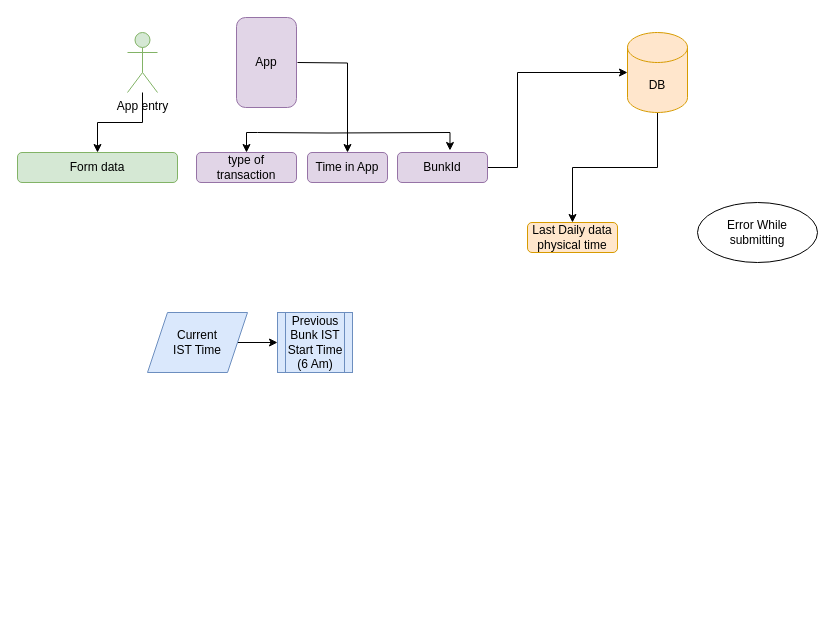
Earlier version of the draw.io diagram Creditor_Transactions.drawio (LakshEternl/GazoLogicMap). Source tidied: cells renumbered, new cells numbered last; positions are measured from the earlier drawing's top-left corner, leaving out a move shared by most shapes. Both pictures are drawn from the tidied source at 100%, with x=0, y=0 at pixel (17, 17).
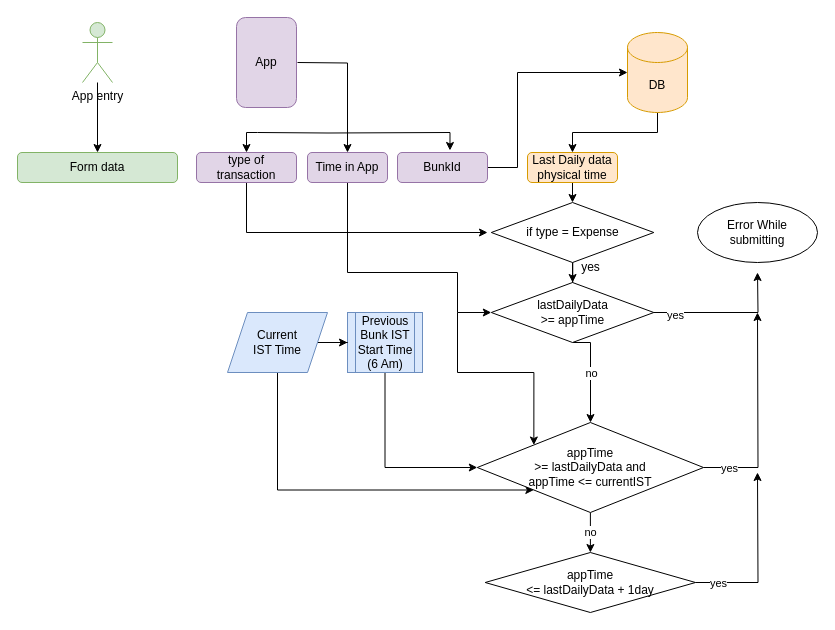
The same diagram, later.

The change refers to these unchanged cells:
```xml
<mxCell id="2" value="type of transaction" style="rounded=1;whiteSpace=wrap;html=1;fillColor=#e1d5e7;strokeColor=#9673a6;" parent="1" vertex="1">
  <mxGeometry x="179" y="135" width="100" height="30" as="geometry" />
</mxCell>
<mxCell id="3" value="Time in App" style="rounded=1;whiteSpace=wrap;html=1;fillColor=#e1d5e7;strokeColor=#9673a6;" parent="1" vertex="1">
  <mxGeometry x="290" y="135" width="80" height="30" as="geometry" />
</mxCell>
```

Change to the diagram source:
```diff
@@
+    <mxCell id="20" style="edgeStyle=orthogonalEdgeStyle;rounded=0;jettySize=auto;html=1;" parent="1" edge="1" source="2">
+      <mxGeometry relative="1" as="geometry">
+        <mxPoint x="470" y="215" as="targetPoint" />
+        <Array as="points">
+          <mxPoint x="229" y="215" />
+        </Array>
+      </mxGeometry>
+    </mxCell>
@@
+    <mxCell id="21" style="edgeStyle=orthogonalEdgeStyle;rounded=0;jettySize=auto;html=1;entryX=0;entryY=0.5;entryDx=0;entryDy=0;" parent="1" edge="1" source="3" target="29">
+      <mxGeometry relative="1" as="geometry">
+        <Array as="points">
+          <mxPoint x="330" y="255" />
+          <mxPoint x="440" y="255" />
+          <mxPoint x="440" y="295" />
+        </Array>
+      </mxGeometry>
+    </mxCell>
@@
+    <mxCell id="22" style="edgeStyle=orthogonalEdgeStyle;rounded=0;jettySize=auto;html=1;exitX=0.5;exitY=1;exitDx=0;exitDy=0;entryX=0;entryY=0.5;entryDx=0;entryDy=0;" parent="1" edge="1" source="6" target="34">
+      <mxGeometry relative="1" as="geometry" />
+    </mxCell>
     <mxCell id="6" value="&lt;div&gt;Previous Bunk IST &lt;br&gt;&lt;/div&gt;&lt;div&gt;Start Time &lt;/div&gt;(6 Am)" style="shape=process;whiteSpace=wrap;html=1;backgroundOutline=1;fillColor=#dae8fc;strokeColor=#6c8ebf;" parent="1" vertex="1">
-      <mxGeometry x="260" y="295" width="75" height="60" as="geometry" />
+      <mxGeometry x="330" y="295" width="75" height="60" as="geometry" />
     </mxCell>
@@
     <mxCell id="13" value="App entry" style="shape=umlActor;verticalLabelPosition=bottom;verticalAlign=top;html=1;outlineConnect=0;fillColor=#d5e8d4;strokeColor=#82b366;" parent="1" vertex="1">
-      <mxGeometry x="110" y="15" width="30" height="60" as="geometry" />
+      <mxGeometry x="65" y="5" width="30" height="60" as="geometry" />
     </mxCell>
+    <mxCell id="23" style="edgeStyle=orthogonalEdgeStyle;rounded=0;jettySize=auto;html=1;" parent="1" edge="1" source="14" target="36">
+      <mxGeometry relative="1" as="geometry" />
+    </mxCell>
     <mxCell id="14" value="Last Daily data physical time" style="rounded=1;whiteSpace=wrap;html=1;fillColor=#ffe6cc;strokeColor=#d79b00;" parent="1" vertex="1">
-      <mxGeometry x="510" y="205" width="90" height="30" as="geometry" />
+      <mxGeometry x="510" y="135" width="90" height="30" as="geometry" />
     </mxCell>
@@
+    <mxCell id="24" style="edgeStyle=orthogonalEdgeStyle;rounded=0;jettySize=auto;html=1;exitX=0.5;exitY=1;exitDx=0;exitDy=0;entryX=0;entryY=1;entryDx=0;entryDy=0;" parent="1" edge="1" source="19" target="34">
+      <mxGeometry relative="1" as="geometry">
+        <Array as="points">
+          <mxPoint x="260" y="473" />
+        </Array>
+      </mxGeometry>
+    </mxCell>
     <mxCell id="19" value="Current &lt;br&gt;IST Time" style="shape=parallelogram;perimeter=parallelogramPerimeter;whiteSpace=wrap;html=1;fixedSize=1;fillColor=#dae8fc;strokeColor=#6c8ebf;" parent="1" vertex="1">
-      <mxGeometry x="130" y="295" width="100" height="60" as="geometry" />
+      <mxGeometry x="210" y="295" width="100" height="60" as="geometry" />
     </mxCell>
+    <mxCell id="25" style="edgeStyle=orthogonalEdgeStyle;rounded=0;jettySize=auto;html=1;" parent="1" edge="1" source="29">
+      <mxGeometry relative="1" as="geometry">
+        <mxPoint x="740" y="255" as="targetPoint" />
+      </mxGeometry>
+    </mxCell>
+    <mxCell id="26" value="yes" style="edgeLabel;html=1;align=center;verticalAlign=middle;" parent="25" vertex="1">
+      <mxGeometry x="-0.72" y="-2" relative="1" as="geometry">
+        <mxPoint x="1" as="offset" />
+      </mxGeometry>
+    </mxCell>
+    <mxCell id="27" style="edgeStyle=orthogonalEdgeStyle;rounded=0;jettySize=auto;html=1;exitX=0.5;exitY=1;exitDx=0;exitDy=0;" parent="1" edge="1" source="29" target="34">
+      <mxGeometry relative="1" as="geometry">
+        <Array as="points">
+          <mxPoint x="573" y="325" />
+        </Array>
+      </mxGeometry>
+    </mxCell>
+    <mxCell id="28" value="no" style="edgeLabel;html=1;align=center;verticalAlign=middle;" parent="27" vertex="1">
+      <mxGeometry x="-0.37" relative="1" as="geometry">
+        <mxPoint y="17" as="offset" />
+      </mxGeometry>
+    </mxCell>
+    <mxCell id="29" value="lastDailyData &lt;br&gt;&amp;gt;= appTime" style="rhombus;whiteSpace=wrap;html=1;" parent="1" vertex="1">
+      <mxGeometry x="473.8" y="265" width="162.5" height="60" as="geometry" />
+    </mxCell>
+    <mxCell id="30" style="edgeStyle=orthogonalEdgeStyle;rounded=0;jettySize=auto;html=1;exitX=0;exitY=0;exitDx=0;exitDy=0;entryX=0;entryY=0;entryDx=0;entryDy=0;" parent="1" edge="1" target="34">
+      <mxGeometry relative="1" as="geometry">
+        <mxPoint x="440" y="295" as="sourcePoint" />
+        <Array as="points">
+          <mxPoint x="440" y="355" />
+          <mxPoint x="516" y="355" />
+        </Array>
+      </mxGeometry>
+    </mxCell>
+    <mxCell id="31" style="edgeStyle=orthogonalEdgeStyle;rounded=0;jettySize=auto;html=1;exitX=1;exitY=0.5;exitDx=0;exitDy=0;" parent="1" edge="1" source="34">
+      <mxGeometry relative="1" as="geometry">
+        <mxPoint x="740" y="295" as="targetPoint" />
+      </mxGeometry>
+    </mxCell>
+    <mxCell id="32" value="yes" style="edgeLabel;html=1;align=center;verticalAlign=middle;" parent="31" vertex="1">
+      <mxGeometry x="-0.67" y="1" relative="1" as="geometry">
+        <mxPoint x="-10" y="1" as="offset" />
+      </mxGeometry>
+    </mxCell>
+    <mxCell id="33" value="no" style="edgeStyle=orthogonalEdgeStyle;rounded=0;jettySize=auto;html=1;" parent="1" edge="1" source="34" target="40">
+      <mxGeometry relative="1" as="geometry" />
+    </mxCell>
+    <mxCell id="34" value="appTime&lt;br&gt;&amp;gt;= lastDailyData and &lt;br&gt;appTime &amp;lt;= currentIST " style="rhombus;whiteSpace=wrap;html=1;" parent="1" vertex="1">
+      <mxGeometry x="459.8" y="405" width="226.2" height="90" as="geometry" />
+    </mxCell>
+    <mxCell id="35" style="edgeStyle=orthogonalEdgeStyle;rounded=0;jettySize=auto;html=1;" parent="1" edge="1" source="36" target="29">
+      <mxGeometry relative="1" as="geometry" />
+    </mxCell>
+    <mxCell id="36" value="if type = Expense" style="rhombus;whiteSpace=wrap;html=1;" parent="1" vertex="1">
+      <mxGeometry x="473.8" y="185" width="162.5" height="60" as="geometry" />
+    </mxCell>
+    <mxCell id="37" value="yes" style="text;html=1;align=center;verticalAlign=middle;strokeColor=none;fillColor=none;" parent="1" vertex="1">
+      <mxGeometry x="552.9" y="235" width="40" height="30" as="geometry" />
+    </mxCell>
+    <mxCell id="38" style="edgeStyle=orthogonalEdgeStyle;rounded=0;jettySize=auto;html=1;" parent="1" edge="1" source="40">
+      <mxGeometry relative="1" as="geometry">
+        <mxPoint x="740" y="455" as="targetPoint" />
+      </mxGeometry>
+    </mxCell>
+    <mxCell id="39" value="yes" style="edgeLabel;html=1;align=center;verticalAlign=middle;" parent="38" vertex="1">
+      <mxGeometry x="-0.74" relative="1" as="geometry" />
+    </mxCell>
+    <mxCell id="40" value="appTime &lt;br&gt;&amp;lt;= lastDailyData + 1day" style="rhombus;whiteSpace=wrap;html=1;" parent="1" vertex="1">
+      <mxGeometry x="467.7" y="535" width="210.3" height="60" as="geometry" />
+    </mxCell>
```
